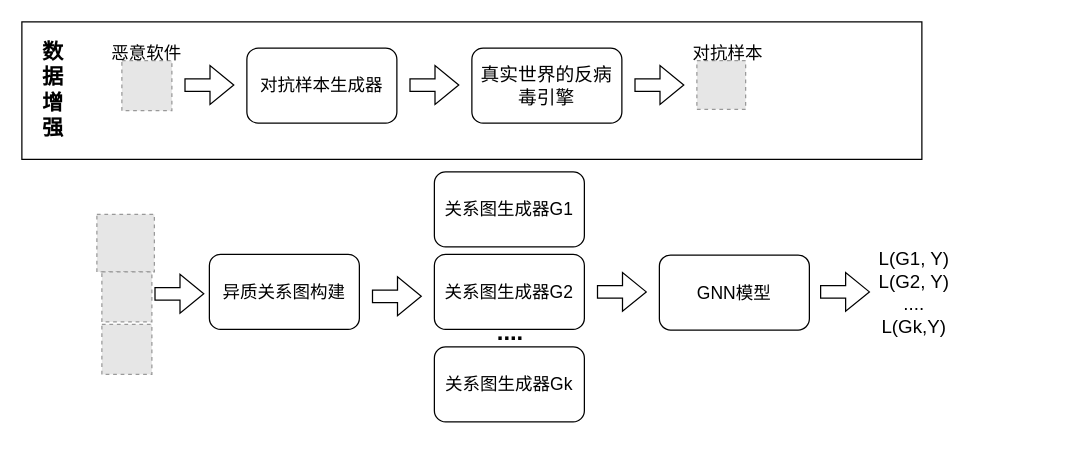
This is 对抗样本鲁棒性.drawio from sunray42/diagrams, a draw.io file, before an edit. Source tidied: cells renumbered, new cells numbered last; positions are measured from the earlier drawing's top-left corner, leaving out a move shared by most shapes. Both pictures are drawn from the tidied source at 125%, with x=0, y=0 at pixel (21, 21). Pictures stored in the file or linked from it are replaced by grey dashed boxes.
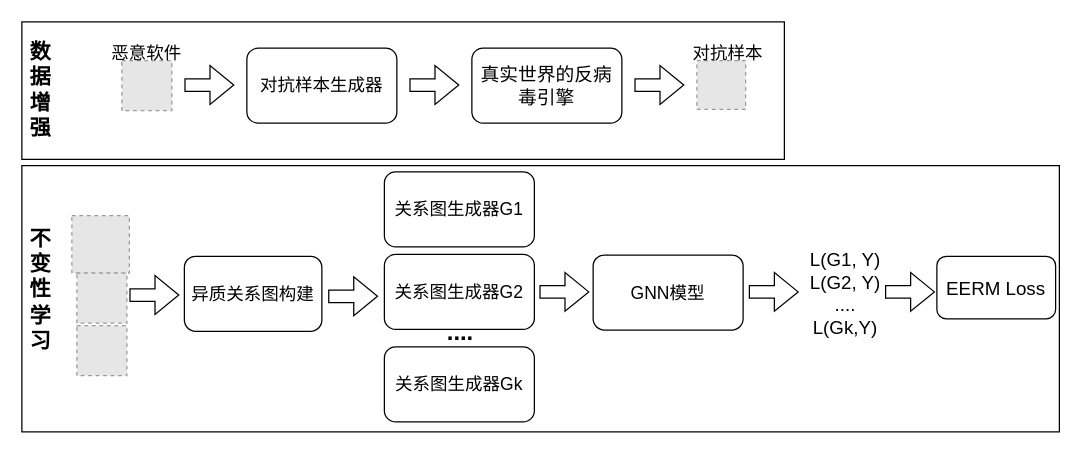
Above is the later version.

Commit message (it also covers changes not shown here):
更新对抗样本鲁棒性.drawio

What changed in the source:
```diff
@@
+    <mxCell id="27" style="rounded=0;whiteSpace=wrap;html=1;" parent="1" vertex="1">
+      <mxGeometry y="115" width="830" height="213" as="geometry" />
+    </mxCell>
     <mxCell id="2" style="rounded=0;whiteSpace=wrap;html=1;" parent="1" vertex="1">
-      <mxGeometry width="720" height="110" as="geometry" />
+      <mxGeometry width="610" height="110" as="geometry" />
     </mxCell>
     <mxCell id="3" style="fillColor=#E6E6E6;strokeColor=#999999;dashed=1;verticalLabelPosition=bottom;verticalAlign=top;" parent="1" vertex="1">
-      <mxGeometry x="60" y="154" width="46" height="46" as="geometry" />
+      <mxGeometry x="40" y="155" width="46" height="46" as="geometry" />
     </mxCell>
@@
     <mxCell id="13" style="fillColor=#E6E6E6;strokeColor=#999999;dashed=1;verticalLabelPosition=bottom;verticalAlign=top;" parent="1" vertex="1">
-      <mxGeometry x="64" y="200" width="40" height="40" as="geometry" />
+      <mxGeometry x="44" y="201" width="40" height="40" as="geometry" />
     </mxCell>
     <mxCell id="14" style="fillColor=#E6E6E6;strokeColor=#999999;dashed=1;verticalLabelPosition=bottom;verticalAlign=top;" parent="1" vertex="1">
-      <mxGeometry x="64" y="242" width="40" height="40" as="geometry" />
+      <mxGeometry x="44" y="243" width="40" height="40" as="geometry" />
     </mxCell>
     <mxCell id="15" style="shape=flexArrow;endArrow=classic;html=1;rounded=0;" parent="1" edge="1">
       <mxGeometry relative="1" as="geometry">
-        <mxPoint x="106" y="217.5" as="sourcePoint" />
-        <mxPoint x="146" y="217.5" as="targetPoint" />
+        <mxPoint x="86" y="218.5" as="sourcePoint" />
+        <mxPoint x="126" y="218.5" as="targetPoint" />
       </mxGeometry>
     </mxCell>
     <mxCell id="16" value="&lt;font style=&quot;font-size: 14px;&quot;&gt;异质关系图构建&lt;/font&gt;" style="rounded=1;whiteSpace=wrap;html=1;" parent="1" vertex="1">
-      <mxGeometry x="150" y="186" width="120" height="60" as="geometry" />
+      <mxGeometry x="130" y="187.5" width="110" height="60" as="geometry" />
     </mxCell>
     <mxCell id="17" value="&lt;span style=&quot;font-size: 14px;&quot;&gt;关系图生成器G1&lt;/span&gt;" style="rounded=1;whiteSpace=wrap;html=1;" parent="1" vertex="1">
-      <mxGeometry x="330" y="120" width="120" height="60" as="geometry" />
+      <mxGeometry x="290" y="120" width="120" height="60" as="geometry" />
     </mxCell>
     <mxCell id="18" style="shape=flexArrow;endArrow=classic;html=1;rounded=0;" parent="1" edge="1">
       <mxGeometry relative="1" as="geometry">
-        <mxPoint x="280" y="219.5" as="sourcePoint" />
-        <mxPoint x="320" y="219.5" as="targetPoint" />
+        <mxPoint x="245" y="219.5" as="sourcePoint" />
+        <mxPoint x="285" y="219.5" as="targetPoint" />
       </mxGeometry>
     </mxCell>
     <mxCell id="19" value="&lt;span style=&quot;font-size: 14px;&quot;&gt;GNN模型&lt;br&gt;&lt;/span&gt;" style="rounded=1;whiteSpace=wrap;html=1;" parent="1" vertex="1">
-      <mxGeometry x="510" y="186.5" width="120" height="60" as="geometry" />
+      <mxGeometry x="457" y="186.5" width="120" height="60" as="geometry" />
     </mxCell>
     <mxCell id="20" style="shape=flexArrow;endArrow=classic;html=1;rounded=0;" parent="1" edge="1">
       <mxGeometry relative="1" as="geometry">
-        <mxPoint x="460" y="216" as="sourcePoint" />
-        <mxPoint x="500" y="216" as="targetPoint" />
+        <mxPoint x="414" y="216" as="sourcePoint" />
+        <mxPoint x="454" y="216" as="targetPoint" />
       </mxGeometry>
     </mxCell>
     <mxCell id="21" value="&lt;span style=&quot;font-size: 14px;&quot;&gt;关系图生成器G2&lt;/span&gt;" style="rounded=1;whiteSpace=wrap;html=1;" parent="1" vertex="1">
-      <mxGeometry x="330" y="186" width="120" height="60" as="geometry" />
+      <mxGeometry x="290" y="186" width="120" height="60" as="geometry" />
     </mxCell>
     <mxCell id="22" value="&lt;span style=&quot;font-size: 14px;&quot;&gt;关系图生成器Gk&lt;/span&gt;" style="rounded=1;whiteSpace=wrap;html=1;" parent="1" vertex="1">
-      <mxGeometry x="330" y="260" width="120" height="60" as="geometry" />
+      <mxGeometry x="290" y="260" width="120" height="60" as="geometry" />
     </mxCell>
     <mxCell id="23" value="&lt;b&gt;&lt;font style=&quot;font-size: 19px;&quot;&gt;....&lt;/font&gt;&lt;/b&gt;" style="text;html=1;strokeColor=none;fillColor=none;align=center;verticalAlign=middle;whiteSpace=wrap;rounded=0;" parent="1" vertex="1">
-      <mxGeometry x="360.5" y="234" width="60" height="30" as="geometry" />
+      <mxGeometry x="320.5" y="234" width="60" height="30" as="geometry" />
     </mxCell>
     <mxCell id="24" value="&lt;font style=&quot;font-size: 17px;&quot;&gt;&lt;b&gt;数据增强&lt;/b&gt;&lt;/font&gt;" style="text;html=1;strokeColor=none;fillColor=none;align=center;verticalAlign=middle;whiteSpace=wrap;rounded=0;" parent="1" vertex="1">
-      <mxGeometry x="10" y="10" width="30" height="90" as="geometry" />
+      <mxGeometry y="10" width="30" height="90" as="geometry" />
     </mxCell>
     <mxCell id="25" style="shape=flexArrow;endArrow=classic;html=1;rounded=0;" parent="1" edge="1">
       <mxGeometry relative="1" as="geometry">
-        <mxPoint x="638.5" y="216" as="sourcePoint" />
-        <mxPoint x="678.5" y="216" as="targetPoint" />
+        <mxPoint x="581.5" y="216" as="sourcePoint" />
+        <mxPoint x="621.5" y="216" as="targetPoint" />
       </mxGeometry>
     </mxCell>
     <mxCell id="26" value="&lt;font style=&quot;font-size: 15px;&quot;&gt;L(G1, Y)&lt;br&gt;L(G2, Y)&lt;br&gt;....&lt;br&gt;L(Gk,Y)&lt;/font&gt;" style="text;html=1;strokeColor=none;fillColor=none;align=center;verticalAlign=middle;whiteSpace=wrap;rounded=0;" parent="1" vertex="1">
-      <mxGeometry x="668.5" y="185.5" width="90" height="60" as="geometry" />
+      <mxGeometry x="613.5" y="186.5" width="90" height="60" as="geometry" />
     </mxCell>
+    <mxCell id="28" value="&lt;font style=&quot;font-size: 15px;&quot;&gt;EERM Loss&lt;/font&gt;" style="rounded=1;whiteSpace=wrap;html=1;" parent="1" vertex="1">
+      <mxGeometry x="732" y="187.5" width="95" height="50" as="geometry" />
+    </mxCell>
+    <mxCell id="29" style="shape=flexArrow;endArrow=classic;html=1;rounded=0;" parent="1" edge="1">
+      <mxGeometry relative="1" as="geometry">
+        <mxPoint x="690.5" y="216" as="sourcePoint" />
+        <mxPoint x="730.5" y="216" as="targetPoint" />
+      </mxGeometry>
+    </mxCell>
+    <mxCell id="30" value="&lt;font style=&quot;font-size: 17px;&quot;&gt;&lt;b&gt;不变性学习&lt;/b&gt;&lt;/font&gt;" style="text;html=1;strokeColor=none;fillColor=none;align=center;verticalAlign=middle;whiteSpace=wrap;rounded=0;" parent="1" vertex="1">
+      <mxGeometry y="170" width="30" height="90" as="geometry" />
+    </mxCell>
```
